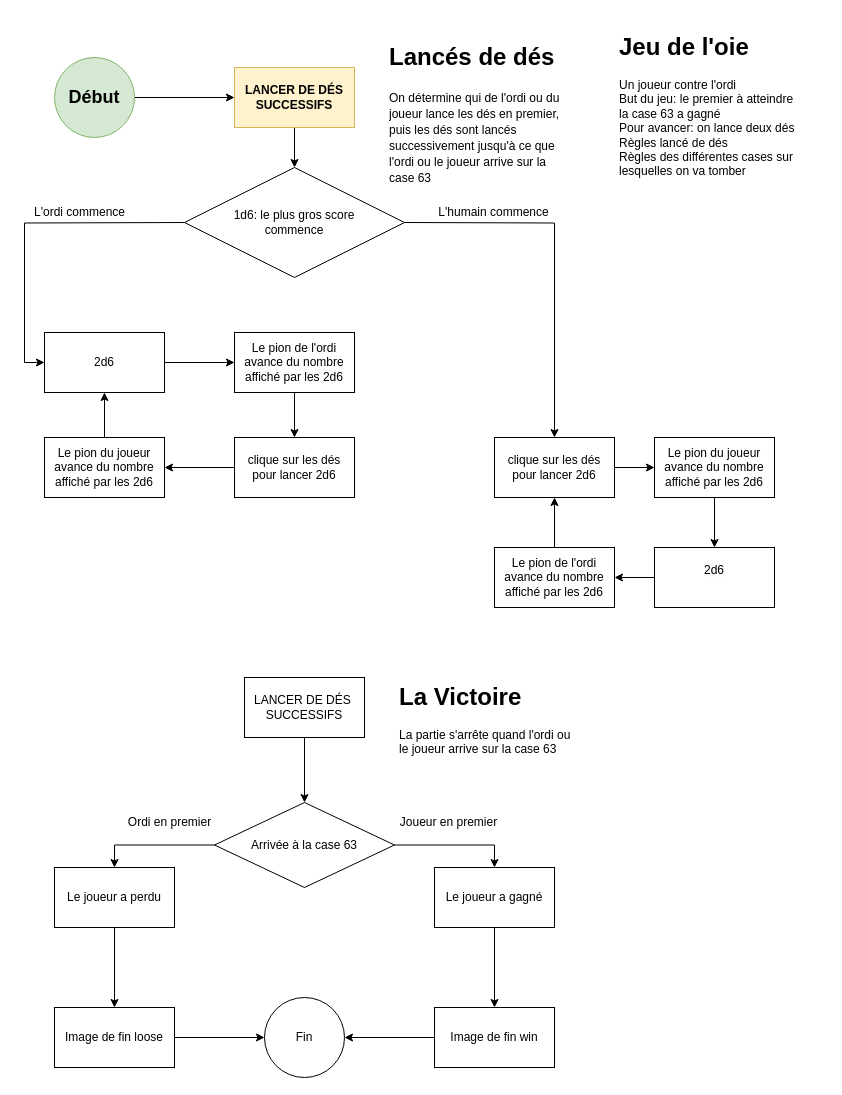
Earlier version of the draw.io diagram page "Règles globales" (1 of 4) of Diagramme sans nom.drawio (MartineJA/KotopouloBoardGame). Source tidied: cells renumbered, new cells numbered last; positions are measured from the earlier drawing's top-left corner, leaving out a move shared by most shapes. Both pictures are drawn from the tidied source at 100%, with x=0, y=0 at pixel (24, 27).
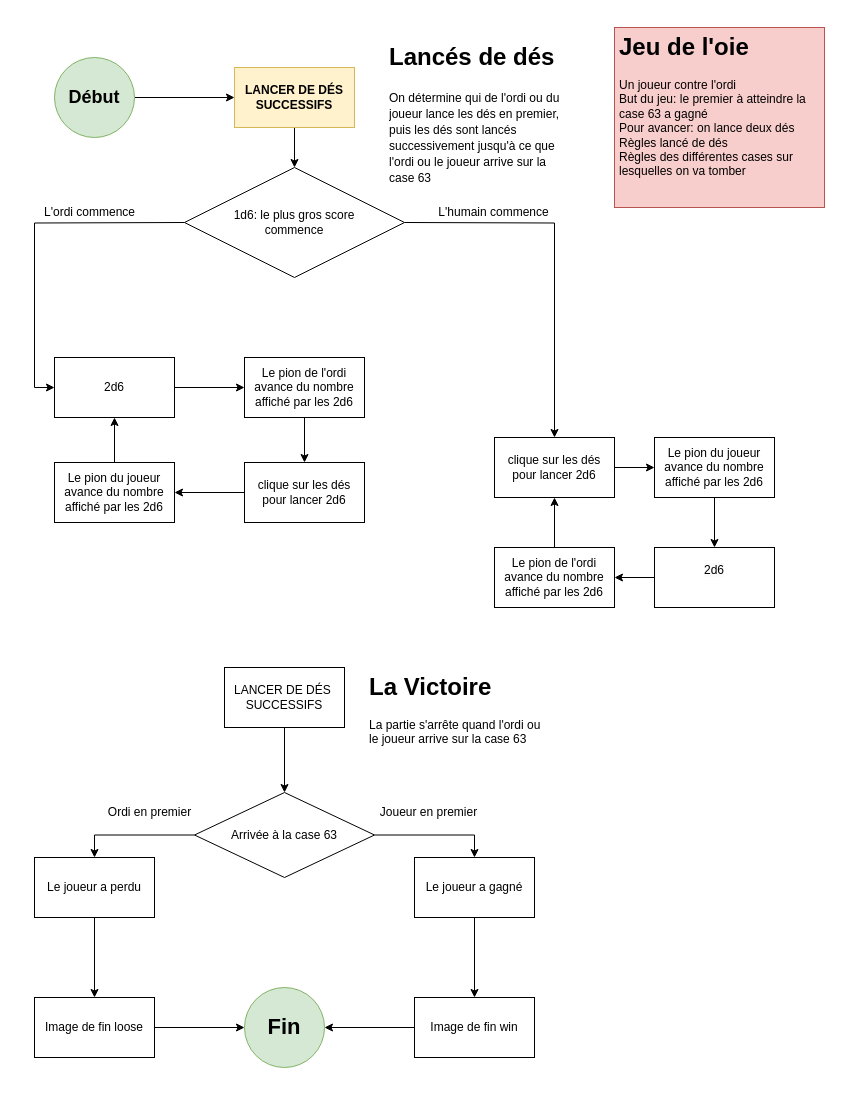
The same page after the edit.

Commit message:
Mettre à jour Diagramme sans nom.drawio

Change to the diagram source:
```diff
@@
-    <mxCell id="4" value="Fin" style="ellipse;whiteSpace=wrap;html=1;" parent="1" vertex="1">
-      <mxGeometry x="240" y="970" width="80" height="80" as="geometry" />
+    <mxCell id="4" value="Fin" style="ellipse;whiteSpace=wrap;html=1;fillColor=#d5e8d4;strokeColor=#82b366;fontStyle=1;fontSize=22;" parent="1" vertex="1">
+      <mxGeometry x="220" y="960" width="80" height="80" as="geometry" />
     </mxCell>
@@
-    <mxCell id="8" value="&lt;h1&gt;Jeu de l'oie&lt;/h1&gt;&lt;div&gt;Un joueur contre l'ordi&lt;/div&gt;&lt;div&gt;But du jeu: le premier à atteindre la case 63 a gagné&lt;/div&gt;&lt;div&gt;Pour avancer: on lance deux dés&lt;/div&gt;&lt;div&gt;Règles lancé de dés&lt;/div&gt;&lt;div&gt;Règles des différentes cases sur&amp;nbsp; lesquelles on va tomber&lt;/div&gt;&lt;div&gt;&lt;br&gt;&lt;/div&gt;&lt;div&gt;&lt;br&gt;&lt;/div&gt;" style="text;html=1;strokeColor=none;fillColor=none;spacing=5;spacingTop=-20;whiteSpace=wrap;overflow=hidden;rounded=0;" parent="1" vertex="1">
-      <mxGeometry x="590" width="190" height="180" as="geometry" />
+    <mxCell id="8" value="&lt;h1&gt;Jeu de l'oie&lt;/h1&gt;&lt;div&gt;Un joueur contre l'ordi&lt;/div&gt;&lt;div&gt;But du jeu: le premier à atteindre la case 63 a gagné&lt;/div&gt;&lt;div&gt;Pour avancer: on lance deux dés&lt;/div&gt;&lt;div&gt;Règles lancé de dés&lt;/div&gt;&lt;div&gt;Règles des différentes cases sur&amp;nbsp; lesquelles on va tomber&lt;/div&gt;&lt;div&gt;&lt;br&gt;&lt;/div&gt;&lt;div&gt;&lt;br&gt;&lt;/div&gt;" style="text;html=1;strokeColor=#b85450;fillColor=#f8cecc;spacing=5;spacingTop=-20;whiteSpace=wrap;overflow=hidden;rounded=0;" parent="1" vertex="1">
+      <mxGeometry x="590" width="210" height="180" as="geometry" />
     </mxCell>
@@
     <mxCell id="10" value="2d6" style="rounded=0;whiteSpace=wrap;html=1;" parent="1" vertex="1">
-      <mxGeometry x="20" y="305" width="120" height="60" as="geometry" />
+      <mxGeometry x="30" y="330" width="120" height="60" as="geometry" />
     </mxCell>
@@
     <mxCell id="12" value="clique sur les dés pour lancer 2d6" style="rounded=0;whiteSpace=wrap;html=1;" parent="1" vertex="1">
-      <mxGeometry x="210" y="410" width="120" height="60" as="geometry" />
+      <mxGeometry x="220" y="435" width="120" height="60" as="geometry" />
     </mxCell>
     <mxCell id="13" value="L'ordi commence" style="text;html=1;align=center;verticalAlign=middle;strokeColor=none;fillColor=none;" parent="1" vertex="1">
-      <mxGeometry y="170" width="110" height="30" as="geometry" />
+      <mxGeometry x="10" y="170" width="110" height="30" as="geometry" />
     </mxCell>
@@
     <mxCell id="16" value="Le pion de l'ordi avance du nombre affiché par les 2d6" style="rounded=0;whiteSpace=wrap;html=1;" parent="1" vertex="1">
-      <mxGeometry x="210" y="305" width="120" height="60" as="geometry" />
+      <mxGeometry x="220" y="330" width="120" height="60" as="geometry" />
     </mxCell>
@@
     <mxCell id="18" value="Le pion du joueur avance du nombre affiché par les 2d6" style="rounded=0;whiteSpace=wrap;html=1;" parent="1" vertex="1">
-      <mxGeometry x="20" y="410" width="120" height="60" as="geometry" />
+      <mxGeometry x="30" y="435" width="120" height="60" as="geometry" />
     </mxCell>
@@
     <mxCell id="21" value="Arrivée à la case 63" style="rhombus;whiteSpace=wrap;html=1;" parent="1" vertex="1">
-      <mxGeometry x="190" y="775" width="180" height="85" as="geometry" />
+      <mxGeometry x="170" y="765" width="180" height="85" as="geometry" />
     </mxCell>
@@
     <mxCell id="23" value="Le joueur a perdu" style="rounded=0;whiteSpace=wrap;html=1;" parent="1" vertex="1">
-      <mxGeometry x="30" y="840" width="120" height="60" as="geometry" />
+      <mxGeometry x="10" y="830" width="120" height="60" as="geometry" />
     </mxCell>
@@
     <mxCell id="25" value="Le joueur a gagné" style="rounded=0;whiteSpace=wrap;html=1;" parent="1" vertex="1">
-      <mxGeometry x="410" y="840" width="120" height="60" as="geometry" />
+      <mxGeometry x="390" y="830" width="120" height="60" as="geometry" />
     </mxCell>
@@
     <mxCell id="34" value="Ordi en premier" style="text;html=1;align=center;verticalAlign=middle;strokeColor=none;fillColor=none;" parent="1" vertex="1">
-      <mxGeometry x="90" y="780" width="110" height="30" as="geometry" />
+      <mxGeometry x="70" y="770" width="110" height="30" as="geometry" />
     </mxCell>
     <mxCell id="35" value="Joueur en premier" style="text;html=1;align=center;verticalAlign=middle;strokeColor=none;fillColor=none;" parent="1" vertex="1">
-      <mxGeometry x="364" y="780" width="120" height="30" as="geometry" />
+      <mxGeometry x="344" y="770" width="120" height="30" as="geometry" />
     </mxCell>
@@
     <mxCell id="37" value="Image de fin loose" style="whiteSpace=wrap;html=1;rounded=0;" parent="1" vertex="1">
-      <mxGeometry x="30" y="980" width="120" height="60" as="geometry" />
+      <mxGeometry x="10" y="970" width="120" height="60" as="geometry" />
     </mxCell>
@@
     <mxCell id="39" value="Image de fin win" style="whiteSpace=wrap;html=1;rounded=0;" parent="1" vertex="1">
-      <mxGeometry x="410" y="980" width="120" height="60" as="geometry" />
+      <mxGeometry x="390" y="970" width="120" height="60" as="geometry" />
     </mxCell>
@@
     <mxCell id="41" value="LANCER DE DÉS&amp;nbsp;&lt;br&gt;SUCCESSIFS" style="rounded=0;whiteSpace=wrap;html=1;" parent="1" vertex="1">
-      <mxGeometry x="220" y="650" width="120" height="60" as="geometry" />
+      <mxGeometry x="200" y="640" width="120" height="60" as="geometry" />
     </mxCell>
@@
     <mxCell id="45" value="&lt;h1&gt;La Victoire&lt;/h1&gt;&lt;div&gt;La partie s'arrête quand l'ordi ou le joueur arrive sur la case 63&lt;/div&gt;&lt;div&gt;&lt;br&gt;&lt;/div&gt;" style="text;html=1;strokeColor=none;fillColor=none;spacing=5;spacingTop=-20;whiteSpace=wrap;overflow=hidden;rounded=0;" parent="1" vertex="1">
-      <mxGeometry x="370" y="650" width="190" height="120" as="geometry" />
+      <mxGeometry x="340" y="640" width="190" height="120" as="geometry" />
     </mxCell>
```
